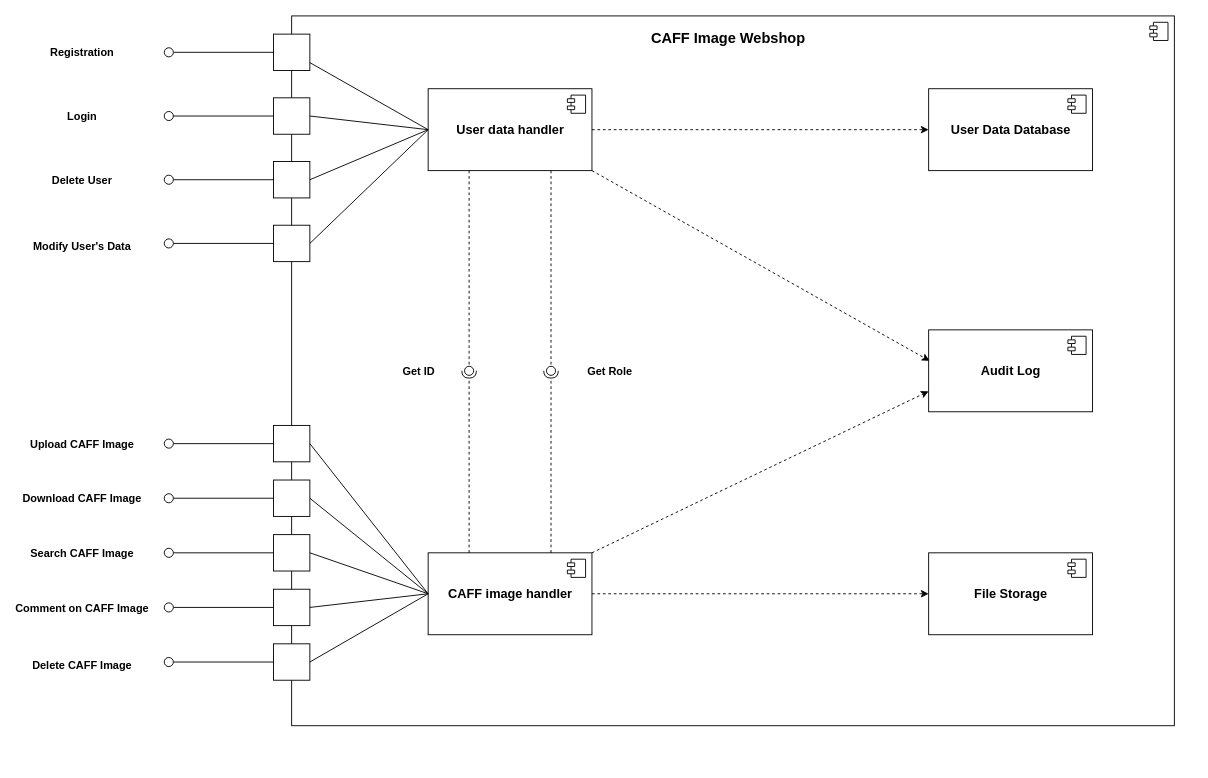
The draw.io diagram images/draw_io_files/img8.drawio in Marciix/CompSecBME, before the edit. Source tidied: cells renumbered, new cells numbered last; positions are measured from the earlier drawing's top-left corner, leaving out a move shared by most shapes. Both pictures are drawn from the tidied source at 91%, with x=0, y=0 at pixel (46, 15).
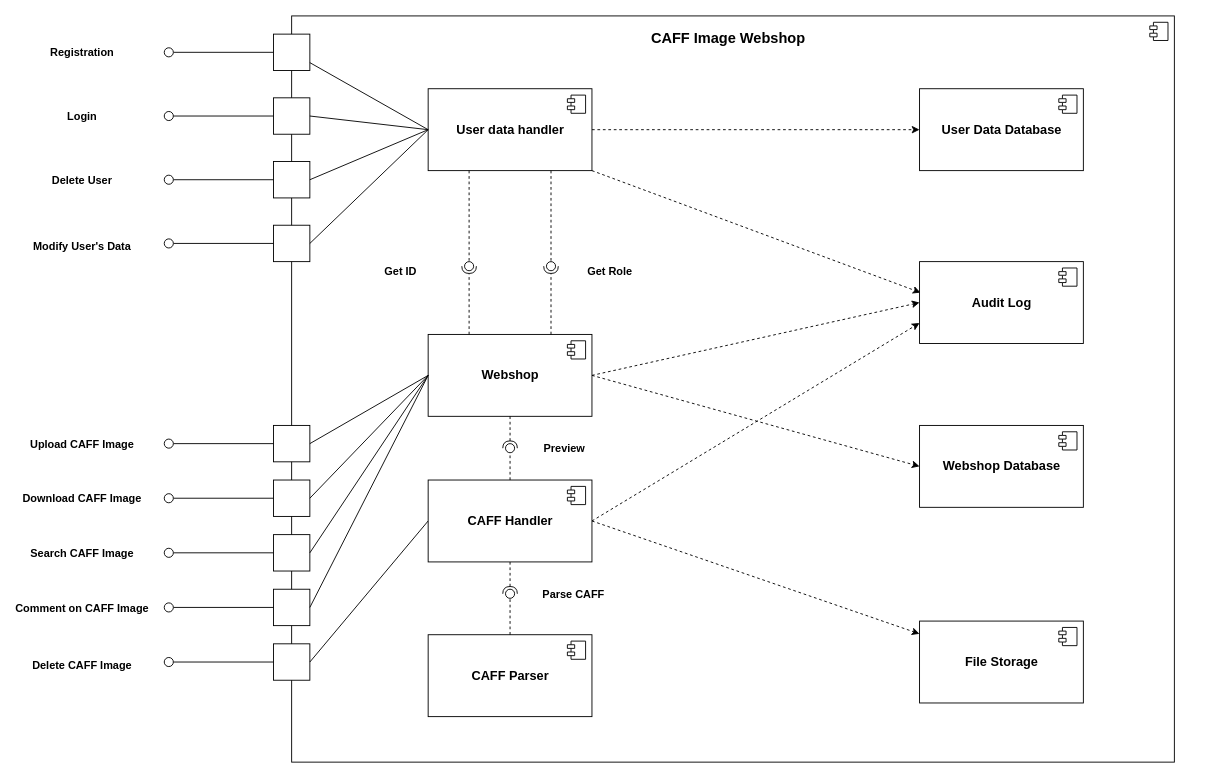
Above is the later version.

Commit message (it also covers changes not shown here):
Component diagrams

Unchanged cells that the change refers to:
```xml
<mxCell id="26" style="whiteSpace=wrap;html=1;" parent="25" vertex="1">
  <mxGeometry x="120" width="40" height="40" as="geometry" />
</mxCell>
```

The edit, as a diff of the source:
```diff
@@
     <mxCell id="2" style="group;" parent="1" vertex="1">
-      <mxGeometry x="270" width="990" height="780" as="geometry" />
+      <mxGeometry x="270" width="990" height="820" as="geometry" />
     </mxCell>
     <mxCell id="3" style="group;" parent="2" vertex="1">
-      <mxGeometry width="990" height="780" as="geometry" />
+      <mxGeometry width="990" height="820" as="geometry" />
     </mxCell>
     <mxCell id="4" style="html=1;" parent="3" vertex="1">
-      <mxGeometry width="970" height="780" as="geometry" />
+      <mxGeometry width="970" height="820" as="geometry" />
     </mxCell>
@@
-    <mxCell id="10" style="edgeStyle=none;rounded=0;jettySize=auto;html=1;exitX=1;exitY=0.5;exitDx=0;exitDy=0;dashed=1;" parent="3" edge="1" source="12" target="16">
+    <mxCell id="10" style="edgeStyle=none;rounded=0;jettySize=auto;html=1;exitX=1;exitY=0.5;exitDx=0;exitDy=0;dashed=1;" parent="3" edge="1" source="91" target="16">
       <mxGeometry relative="1" as="geometry" />
     </mxCell>
-    <mxCell id="11" style="edgeStyle=none;rounded=0;jettySize=auto;html=1;exitX=1;exitY=0;exitDx=0;exitDy=0;entryX=0;entryY=0.75;entryDx=0;entryDy=0;dashed=1;" parent="3" edge="1" source="12" target="18">
+    <mxCell id="11" style="edgeStyle=none;rounded=0;jettySize=auto;html=1;exitX=1;exitY=0.5;exitDx=0;exitDy=0;entryX=0;entryY=0.5;entryDx=0;entryDy=0;dashed=1;" parent="3" edge="1" source="12" target="18">
       <mxGeometry relative="1" as="geometry" />
     </mxCell>
+    <mxCell id="83" style="edgeStyle=none;rounded=0;jettySize=auto;html=1;exitX=1;exitY=0.5;exitDx=0;exitDy=0;entryX=0;entryY=0.5;entryDx=0;entryDy=0;dashed=1;endArrow=classic;endFill=1;" parent="3" edge="1" source="12" target="97">
+      <mxGeometry relative="1" as="geometry" />
+    </mxCell>
-    <mxCell id="12" value="&lt;font style=&quot;font-size: 14px&quot;&gt;&lt;b&gt;CAFF image handler&lt;br&gt;&lt;/b&gt;&lt;/font&gt;" style="html=1;" parent="3" vertex="1">
-      <mxGeometry x="150" y="590" width="180" height="90" as="geometry" />
+    <mxCell id="12" value="&lt;font style=&quot;font-size: 14px&quot;&gt;&lt;b&gt;Webshop&lt;br&gt;&lt;/b&gt;&lt;/font&gt;" style="html=1;" parent="3" vertex="1">
+      <mxGeometry x="150" y="350" width="180" height="90" as="geometry" />
     </mxCell>
@@
     <mxCell id="14" value="&lt;b&gt;&lt;font style=&quot;font-size: 14px&quot;&gt;User Data Database&lt;/font&gt;&lt;/b&gt;" style="html=1;" parent="3" vertex="1">
-      <mxGeometry x="700" y="80" width="180" height="90" as="geometry" />
+      <mxGeometry x="690" y="80" width="180" height="90" as="geometry" />
     </mxCell>
@@
     <mxCell id="16" value="&lt;b&gt;&lt;font style=&quot;font-size: 14px&quot;&gt;File Storage&lt;br&gt;&lt;/font&gt;&lt;/b&gt;" style="html=1;" parent="3" vertex="1">
-      <mxGeometry x="700" y="590" width="180" height="90" as="geometry" />
+      <mxGeometry x="690" y="665" width="180" height="90" as="geometry" />
     </mxCell>
@@
     <mxCell id="18" value="&lt;b&gt;&lt;font style=&quot;font-size: 14px&quot;&gt;Audit Log&lt;br&gt;&lt;/font&gt;&lt;/b&gt;" style="html=1;" parent="3" vertex="1">
-      <mxGeometry x="700" y="345" width="180" height="90" as="geometry" />
+      <mxGeometry x="690" y="270" width="180" height="90" as="geometry" />
     </mxCell>
@@
     <mxCell id="20" value="Get ID" style="text;align=center;fontStyle=1;verticalAlign=middle;spacingLeft=3;spacingRight=3;strokeColor=none;" parent="3" vertex="1">
-      <mxGeometry x="100" y="377" width="80" height="26" as="geometry" />
+      <mxGeometry x="80" y="267" width="80" height="26" as="geometry" />
     </mxCell>
     <mxCell id="21" style="ellipse;whiteSpace=wrap;html=1;fontFamily=Helvetica;fontSize=12;fontColor=#000000;align=center;strokeColor=#000000;fillColor=#ffffff;points=[];" parent="3" vertex="1">
-      <mxGeometry x="190" y="385" width="10" height="10" as="geometry" />
+      <mxGeometry x="190" y="270" width="10" height="10" as="geometry" />
     </mxCell>
@@
     <mxCell id="24" value="Get Role" style="text;align=center;fontStyle=1;verticalAlign=middle;spacingLeft=3;spacingRight=3;strokeColor=none;" parent="3" vertex="1">
-      <mxGeometry x="310" y="377" width="80" height="26" as="geometry" />
+      <mxGeometry x="310" y="267" width="80" height="26" as="geometry" />
     </mxCell>
@@
-    <mxCell id="34" style="edgeStyle=none;rounded=0;jettySize=auto;html=1;exitX=1;exitY=0.5;exitDx=0;exitDy=0;entryX=0;entryY=0.5;entryDx=0;entryDy=0;endArrow=none;endFill=0;" parent="3" edge="1" source="26" target="12">
+    <mxCell id="34" style="edgeStyle=none;rounded=0;jettySize=auto;html=1;exitX=1;exitY=0.5;exitDx=0;exitDy=0;entryX=0;entryY=0.5;entryDx=0;entryDy=0;endArrow=none;endFill=0;" parent="3" edge="1" source="26" target="91">
       <mxGeometry relative="1" as="geometry" />
     </mxCell>
@@
+    <mxCell id="84" value="&lt;font style=&quot;font-size: 14px&quot;&gt;&lt;b&gt;CAFF Parser&lt;br&gt;&lt;/b&gt;&lt;/font&gt;" style="html=1;" parent="3" vertex="1">
+      <mxGeometry x="150" y="680" width="180" height="90" as="geometry" />
+    </mxCell>
+    <mxCell id="85" style="shape=module;jettyWidth=8;jettyHeight=4;" parent="84" vertex="1">
+      <mxGeometry x="1" width="20" height="20" relative="1" as="geometry">
+        <mxPoint x="-27" y="7" as="offset" />
+      </mxGeometry>
+    </mxCell>
+    <mxCell id="86" style="rounded=0;jettySize=auto;html=1;endArrow=none;endFill=0;exitX=0.5;exitY=0;exitDx=0;exitDy=0;dashed=1;" parent="3" edge="1" source="84" target="88">
+      <mxGeometry relative="1" as="geometry" />
+    </mxCell>
+    <mxCell id="87" style="rounded=0;jettySize=auto;html=1;endArrow=halfCircle;endFill=0;entryX=0.5;entryY=0.5;entryDx=0;entryDy=0;endSize=6;strokeWidth=1;exitX=0.5;exitY=1;exitDx=0;exitDy=0;dashed=1;" parent="3" edge="1" source="91" target="88">
+      <mxGeometry relative="1" as="geometry" />
+    </mxCell>
+    <mxCell id="88" style="ellipse;whiteSpace=wrap;html=1;fontFamily=Helvetica;fontSize=12;fontColor=#000000;align=center;strokeColor=#000000;fillColor=#ffffff;points=[];" parent="3" vertex="1">
+      <mxGeometry x="235" y="630" width="10" height="10" as="geometry" />
+    </mxCell>
+    <mxCell id="89" value="Parse CAFF" style="text;align=center;fontStyle=1;verticalAlign=middle;spacingLeft=3;spacingRight=3;strokeColor=none;" parent="3" vertex="1">
+      <mxGeometry x="270" y="622" width="80" height="26" as="geometry" />
+    </mxCell>
+    <mxCell id="90" style="rounded=0;jettySize=auto;html=1;exitX=1;exitY=0.5;exitDx=0;exitDy=0;entryX=0;entryY=0.75;entryDx=0;entryDy=0;dashed=1;endArrow=classic;endFill=1;" parent="3" edge="1" source="91" target="18">
+      <mxGeometry relative="1" as="geometry" />
+    </mxCell>
+    <mxCell id="91" value="&lt;font style=&quot;font-size: 14px&quot;&gt;&lt;b&gt;CAFF Handler&lt;br&gt;&lt;/b&gt;&lt;/font&gt;" style="html=1;" parent="3" vertex="1">
+      <mxGeometry x="150" y="510" width="180" height="90" as="geometry" />
+    </mxCell>
+    <mxCell id="92" style="shape=module;jettyWidth=8;jettyHeight=4;" parent="91" vertex="1">
+      <mxGeometry x="1" width="20" height="20" relative="1" as="geometry">
+        <mxPoint x="-27" y="7" as="offset" />
+      </mxGeometry>
+    </mxCell>
+    <mxCell id="93" style="rounded=0;jettySize=auto;html=1;endArrow=none;endFill=0;dashed=1;exitX=0.5;exitY=0;exitDx=0;exitDy=0;" parent="3" edge="1" source="91" target="95">
+      <mxGeometry relative="1" as="geometry" />
+    </mxCell>
+    <mxCell id="94" style="rounded=0;jettySize=auto;html=1;endArrow=halfCircle;endFill=0;entryX=0.5;entryY=0.5;entryDx=0;entryDy=0;endSize=6;strokeWidth=1;dashed=1;exitX=0.5;exitY=1;exitDx=0;exitDy=0;" parent="3" edge="1" source="12" target="95">
+      <mxGeometry relative="1" as="geometry" />
+    </mxCell>
+    <mxCell id="95" style="ellipse;whiteSpace=wrap;html=1;fontFamily=Helvetica;fontSize=12;fontColor=#000000;align=center;strokeColor=#000000;fillColor=#ffffff;points=[];" parent="3" vertex="1">
+      <mxGeometry x="235" y="470" width="10" height="10" as="geometry" />
+    </mxCell>
+    <mxCell id="96" value="Preview" style="text;align=center;fontStyle=1;verticalAlign=middle;spacingLeft=3;spacingRight=3;strokeColor=none;" parent="3" vertex="1">
+      <mxGeometry x="260" y="462" width="80" height="26" as="geometry" />
+    </mxCell>
+    <mxCell id="97" value="&lt;b&gt;&lt;font style=&quot;font-size: 14px&quot;&gt;Webshop Database&lt;br&gt;&lt;/font&gt;&lt;/b&gt;" style="html=1;" parent="3" vertex="1">
+      <mxGeometry x="690" y="450" width="180" height="90" as="geometry" />
+    </mxCell>
+    <mxCell id="98" style="shape=module;jettyWidth=8;jettyHeight=4;" parent="97" vertex="1">
+      <mxGeometry x="1" width="20" height="20" relative="1" as="geometry">
+        <mxPoint x="-27" y="7" as="offset" />
+      </mxGeometry>
+    </mxCell>
     <mxCell id="36" style="ellipse;whiteSpace=wrap;html=1;fontFamily=Helvetica;fontSize=12;fontColor=#000000;align=center;strokeColor=#000000;fillColor=#ffffff;points=[];" parent="2" vertex="1">
-      <mxGeometry x="280" y="385" width="10" height="10" as="geometry" />
+      <mxGeometry x="280" y="270" width="10" height="10" as="geometry" />
     </mxCell>
```
